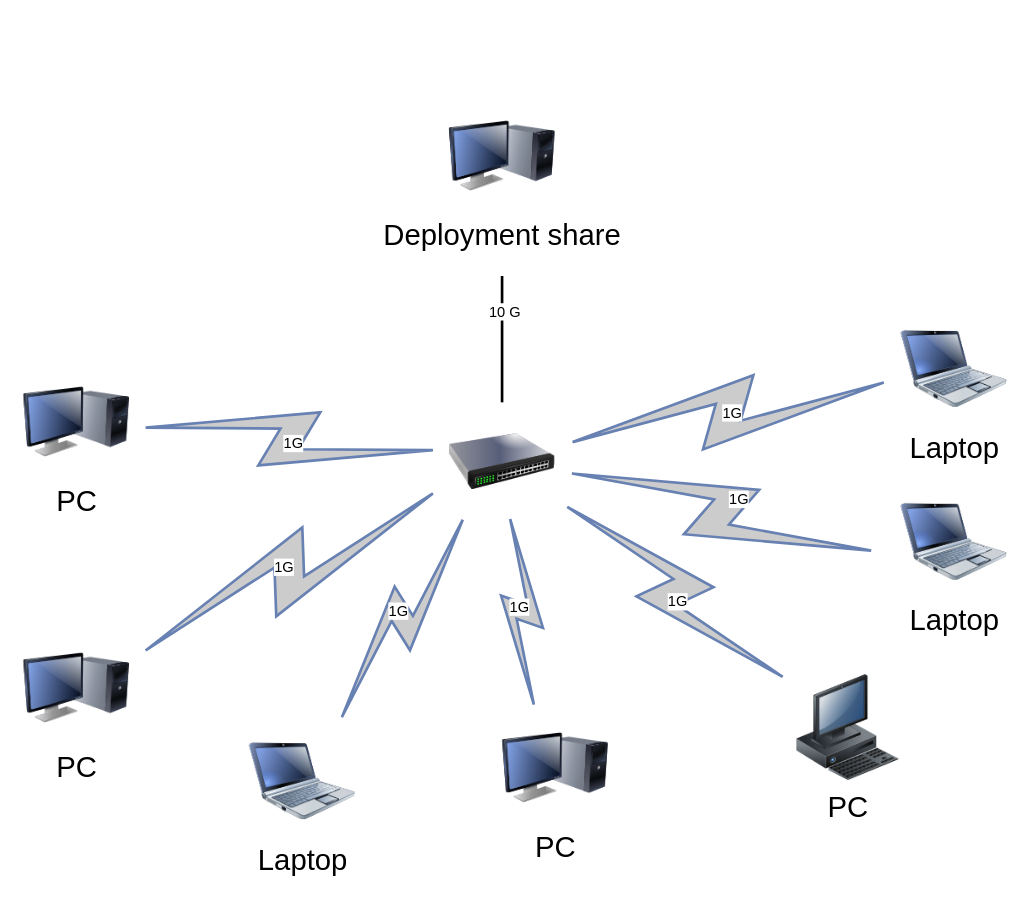
This is HDDMDT.drawio from Eddardx/MDT, a draw.io file, before an edit. Source tidied: cells renumbered, new cells numbered last; positions are measured from the earlier drawing's top-left corner, leaving out a move shared by most shapes. Both pictures are drawn from the tidied source at 133%, with x=0, y=0 at pixel (23, 102).
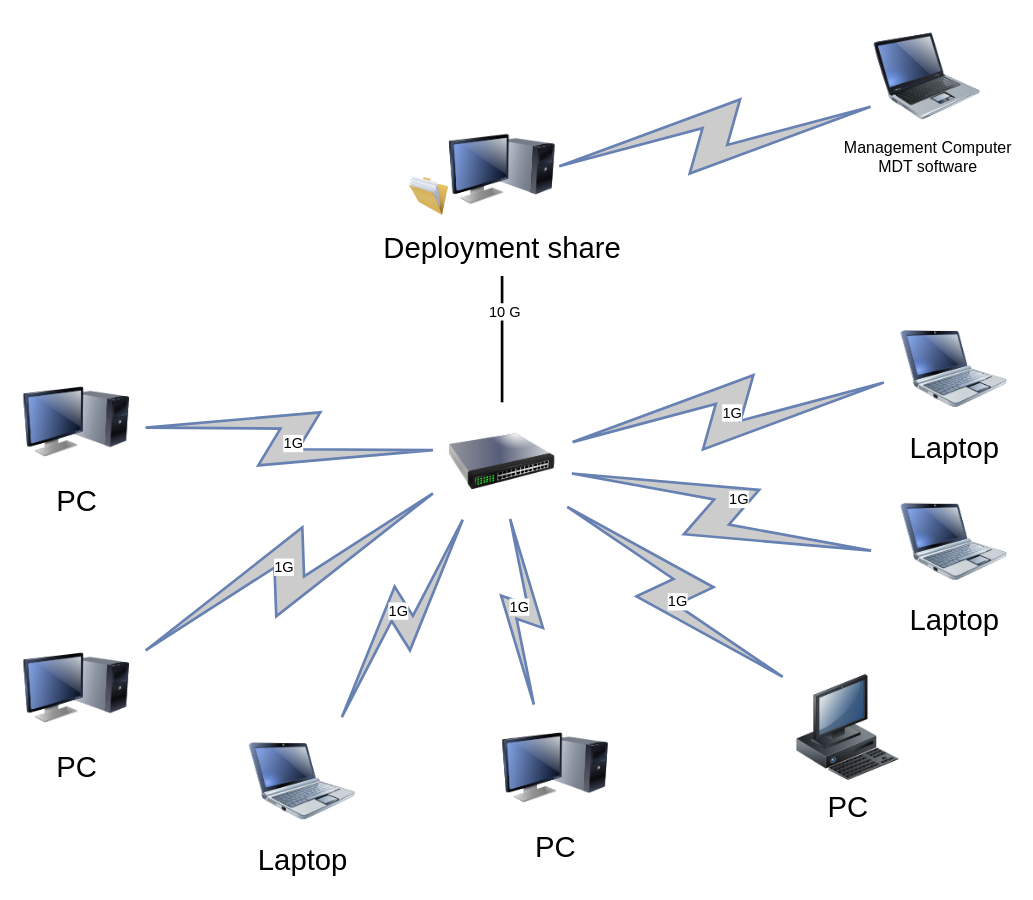
The same page after the edit.

Diff of the diagram source:
```diff
@@
     <mxCell id="26" value="Deployment share" style="image;html=1;labelBackgroundColor=#ffffff;image=img/lib/clip_art/computers/Monitor_Tower_128x128.png;rounded=1;shadow=0;comic=0;strokeWidth=2;fontSize=22;" parent="1" vertex="1">
-      <mxGeometry x="320" width="80" height="80" as="geometry" />
+      <mxGeometry x="320" y="10" width="80" height="80" as="geometry" />
     </mxCell>
+    <mxCell id="27" style="image;html=1;image=img/lib/clip_art/general/Full_Folder_128x128.png;" parent="1" vertex="1">
+      <mxGeometry x="290" y="50" width="30" height="40" as="geometry" />
+    </mxCell>
+    <mxCell id="28" value="Management Computer&lt;br&gt;MDT software" style="image;html=1;image=img/lib/clip_art/computers/Laptop_128x128.png;" parent="1" vertex="1">
+      <mxGeometry x="640" y="-60" width="80" height="80" as="geometry" />
+    </mxCell>
+    <mxCell id="29" style="html=1;fillColor=#CCCCCC;strokeColor=#6881B3;gradientColor=none;gradientDirection=north;strokeWidth=2;shape=mxgraph.networks.comm_link_edge;html=1;labelBackgroundColor=none;endArrow=none;fontFamily=Verdana;fontSize=22;fontColor=#000000;" parent="1" edge="1">
+      <mxGeometry relative="1" as="geometry">
+        <mxPoint x="650" y="0.3" as="sourcePoint" />
+        <mxPoint x="390" y="50" as="targetPoint" />
+      </mxGeometry>
+    </mxCell>
```
